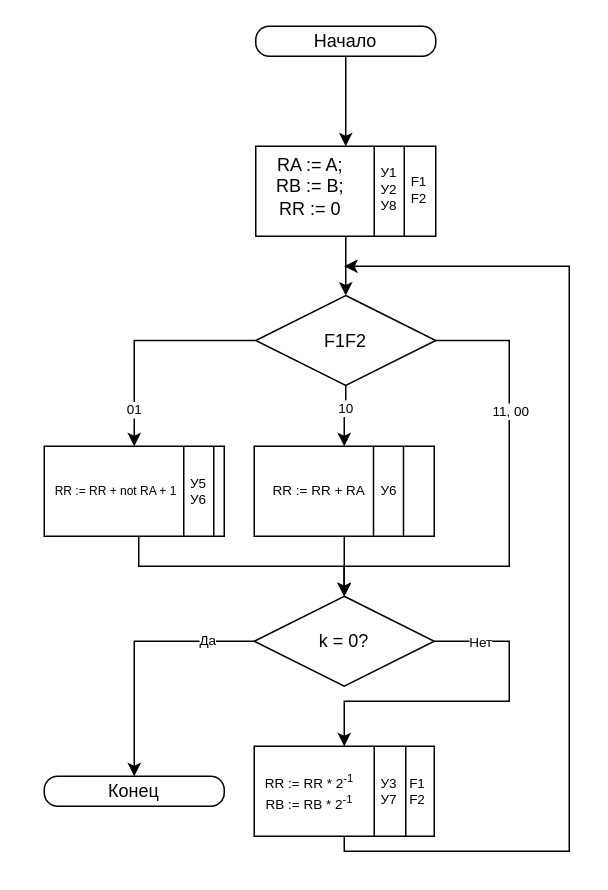
This is draw.io/microOpDiagram.drawio from meyakovenkoj/processor-coursework, a draw.io file, before an edit. Source tidied: cells renumbered, new cells numbered last; positions are measured from the earlier drawing's top-left corner, leaving out a move shared by most shapes. Both pictures are drawn from the tidied source at 150%, with x=0, y=0 at pixel (26, 26).
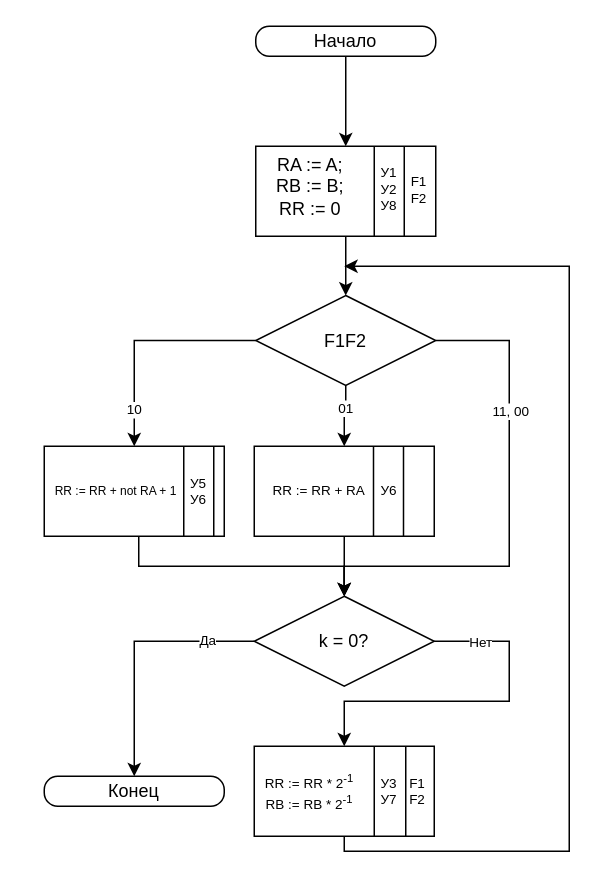
The same diagram, later.

The change refers to these unchanged cells:
```xml
<mxCell id="11" style="edgeStyle=orthogonalEdgeStyle;rounded=0;jettySize=auto;html=1;entryX=0.5;entryY=0;entryDx=0;entryDy=0;fontSize=9;" parent="1" edge="1" source="17" target="19">
  <mxGeometry relative="1" as="geometry" />
</mxCell>
<mxCell id="13" style="edgeStyle=orthogonalEdgeStyle;rounded=0;jettySize=auto;html=1;exitX=0.5;exitY=1;exitDx=0;exitDy=0;entryX=0.5;entryY=0;entryDx=0;entryDy=0;fontSize=9;" parent="1" edge="1" source="17" target="21">
  <mxGeometry relative="1" as="geometry" />
</mxCell>
```

What changed in the source:
```diff
@@
-    <mxCell id="12" value="01" style="text;html=1;align=center;verticalAlign=middle;labelBackgroundColor=#ffffff;fontSize=9;" parent="11" vertex="1">
+    <mxCell id="12" value="10" style="text;html=1;align=center;verticalAlign=middle;labelBackgroundColor=#ffffff;fontSize=9;" parent="11" vertex="1">
       <mxGeometry x="-0.25" relative="1" as="geometry">
         <mxPoint x="-24.5" y="45.5" as="offset" />
       </mxGeometry>
     </mxCell>
@@
-    <mxCell id="14" value="10" style="text;html=1;align=center;verticalAlign=middle;labelBackgroundColor=#ffffff;fontSize=9;" parent="13" vertex="1">
+    <mxCell id="14" value="01" style="text;html=1;align=center;verticalAlign=middle;labelBackgroundColor=#ffffff;fontSize=9;" parent="13" vertex="1">
       <mxGeometry x="0.08" y="1" relative="1" as="geometry">
         <mxPoint x="-1" y="-6" as="offset" />
       </mxGeometry>
     </mxCell>
```
